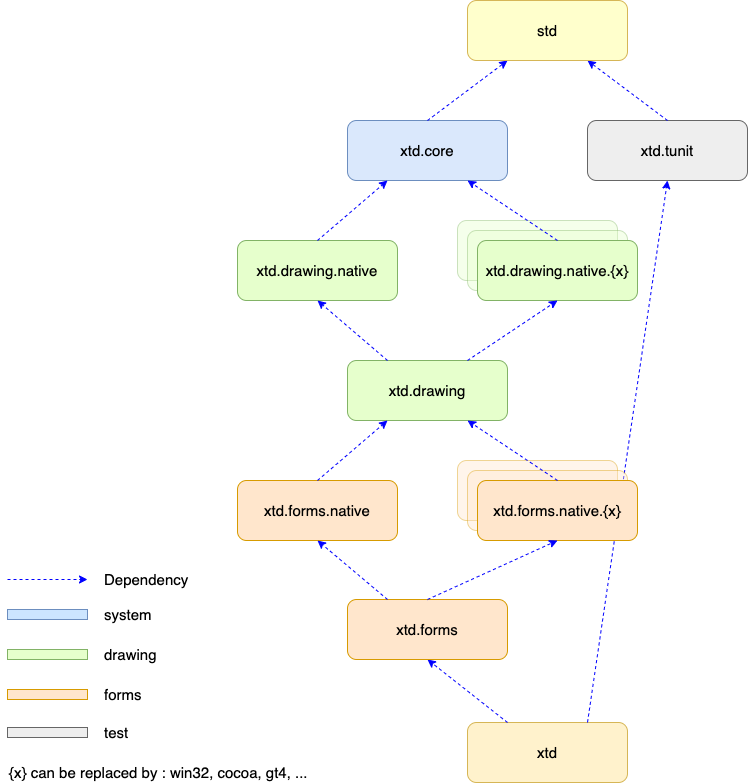
gammasoft71/xtd keeps this draw.io diagram as docs/pictures/hierarchy.png. Above is the earlier version. Source tidied: cells renumbered, new cells last; positions are measured from the earlier drawing's top-left corner, leaving out a move shared by most shapes. Its diagram source:
```xml
<mxGraphModel background="#ffffff">
  <root>
    <mxCell id="0" />
    <mxCell id="1" parent="0" />
    <mxCell id="2" value="xtd.core" style="rounded=1;whiteSpace=wrap;html=1;fillColor=#dae8fc;strokeColor=#6c8ebf;fontSize=15;" parent="1" vertex="1">
      <mxGeometry x="340" y="120" width="160" height="60" as="geometry" />
    </mxCell>
    <mxCell id="3" style="rounded=1;whiteSpace=wrap;html=1;fillColor=#FFE6CC;strokeColor=#d79b00;fontSize=15;opacity=40;" parent="1" vertex="1">
      <mxGeometry x="450" y="460" width="160" height="60" as="geometry" />
    </mxCell>
    <mxCell id="4" style="endArrow=classic;dashed=1;html=1;entryX=0.25;entryY=1;exitX=0.5;exitY=0;startArrow=none;startFill=0;endFill=1;fontSize=15;entryDx=0;entryDy=0;exitDx=0;exitDy=0;strokeColor=#0000FF;" parent="1" edge="1" source="2" target="19">
      <mxGeometry relative="1" as="geometry" />
    </mxCell>
    <mxCell id="5" style="endArrow=classic;dashed=1;html=1;endFill=1;fontSize=15;strokeColor=#0000FF;" parent="1" edge="1">
      <mxGeometry relative="1" as="geometry">
        <mxPoint y="579" as="sourcePoint" />
        <mxPoint x="80" y="579" as="targetPoint" />
      </mxGeometry>
    </mxCell>
    <mxCell id="6" value="Dependency" style="text;html=1;strokeColor=none;fillColor=none;align=left;verticalAlign=middle;whiteSpace=wrap;fontSize=15;" parent="1" vertex="1">
      <mxGeometry x="95" y="569" width="120" height="20" as="geometry" />
    </mxCell>
    <mxCell id="7" style="rounded=0;whiteSpace=wrap;html=1;fillColor=#CCE5FF;strokeColor=#6c8ebf;fontSize=15;" parent="1" vertex="1">
      <mxGeometry y="609" width="80" height="10" as="geometry" />
    </mxCell>
    <mxCell id="8" value="system" style="text;html=1;strokeColor=none;fillColor=none;align=left;verticalAlign=middle;whiteSpace=wrap;fontSize=15;" parent="1" vertex="1">
      <mxGeometry x="95" y="604" width="120" height="20" as="geometry" />
    </mxCell>
    <mxCell id="9" style="rounded=0;whiteSpace=wrap;html=1;fillColor=#E6FFCC;strokeColor=#82b366;fontSize=15;" parent="1" vertex="1">
      <mxGeometry y="649" width="80" height="10" as="geometry" />
    </mxCell>
    <mxCell id="10" value="drawing" style="text;html=1;strokeColor=none;fillColor=none;align=left;verticalAlign=middle;whiteSpace=wrap;fontSize=15;" parent="1" vertex="1">
      <mxGeometry x="95" y="644" width="120" height="20" as="geometry" />
    </mxCell>
    <mxCell id="11" style="rounded=0;whiteSpace=wrap;html=1;fillColor=#FFE6CC;strokeColor=#d79b00;fontSize=15;" parent="1" vertex="1">
      <mxGeometry y="689" width="80" height="10" as="geometry" />
    </mxCell>
    <mxCell id="12" value="forms" style="text;html=1;strokeColor=none;fillColor=none;align=left;verticalAlign=middle;whiteSpace=wrap;fontSize=15;" parent="1" vertex="1">
      <mxGeometry x="95" y="684" width="120" height="20" as="geometry" />
    </mxCell>
    <mxCell id="13" value="xtd.tunit" style="rounded=1;whiteSpace=wrap;html=1;fillColor=#EEEEEE;strokeColor=#666666;fontSize=15;" parent="1" vertex="1">
      <mxGeometry x="580" y="120" width="160" height="60" as="geometry" />
    </mxCell>
    <mxCell id="14" style="rounded=1;whiteSpace=wrap;html=1;fontSize=15;fillColor=#E6FFCC;strokeColor=#82B366;opacity=40;" parent="1" vertex="1">
      <mxGeometry x="450" y="220" width="160" height="60" as="geometry" />
    </mxCell>
    <mxCell id="15" value="&lt;span&gt;xtd&lt;/span&gt;" style="rounded=1;whiteSpace=wrap;html=1;strokeColor=#d6b656;fontSize=15;fillColor=#fff2cc;" parent="1" vertex="1">
      <mxGeometry x="460" y="722" width="160" height="60" as="geometry" />
    </mxCell>
    <mxCell id="16" style="endArrow=classic;dashed=1;html=1;exitX=0.5;exitY=0;endFill=1;fontSize=15;exitDx=0;exitDy=0;entryX=0.75;entryY=1;entryDx=0;entryDy=0;strokeColor=#0000FF;" parent="1" edge="1" source="13" target="19">
      <mxGeometry relative="1" as="geometry" />
    </mxCell>
    <mxCell id="17" style="endArrow=classic;dashed=1;html=1;entryX=0.5;entryY=1;exitX=0.25;exitY=0;endFill=1;fontSize=15;entryDx=0;entryDy=0;exitDx=0;exitDy=0;strokeColor=#0000FF;" parent="1" edge="1" source="15" target="23">
      <mxGeometry relative="1" as="geometry" />
    </mxCell>
    <mxCell id="18" style="endArrow=classic;dashed=1;html=1;entryX=0.5;entryY=1;endFill=1;fontSize=15;entryDx=0;entryDy=0;exitX=0.75;exitY=0;exitDx=0;exitDy=0;strokeColor=#0000FF;" parent="1" edge="1" source="15" target="13">
      <mxGeometry relative="1" as="geometry" />
    </mxCell>
    <mxCell id="19" value="&lt;span&gt;std&lt;/span&gt;" style="rounded=1;whiteSpace=wrap;html=1;strokeColor=#d6b656;fontSize=15;fillColor=#FFFFCC;" parent="1" vertex="1">
      <mxGeometry x="460" width="160" height="60" as="geometry" />
    </mxCell>
    <mxCell id="20" style="rounded=0;whiteSpace=wrap;html=1;fillColor=#EEEEEE;strokeColor=#666666;fontSize=15;" parent="1" vertex="1">
      <mxGeometry y="727" width="80" height="10" as="geometry" />
    </mxCell>
    <mxCell id="21" value="test" style="text;html=1;strokeColor=none;fillColor=none;align=left;verticalAlign=middle;whiteSpace=wrap;fontSize=15;" parent="1" vertex="1">
      <mxGeometry x="95" y="722" width="120" height="20" as="geometry" />
    </mxCell>
    <mxCell id="22" value="xtd.forms.native" style="rounded=1;whiteSpace=wrap;html=1;fillColor=#FFE6CC;strokeColor=#d79b00;fontSize=15;" parent="1" vertex="1">
      <mxGeometry x="230" y="480" width="160" height="60" as="geometry" />
    </mxCell>
    <mxCell id="23" value="xtd.forms" style="rounded=1;whiteSpace=wrap;html=1;fillColor=#FFE6CC;strokeColor=#d79b00;fontSize=15;" parent="1" vertex="1">
      <mxGeometry x="340" y="599" width="160" height="60" as="geometry" />
    </mxCell>
    <mxCell id="24" style="rounded=1;whiteSpace=wrap;html=1;fillColor=#FFE6CC;strokeColor=#d79b00;fontSize=15;opacity=40;" parent="1" vertex="1">
      <mxGeometry x="460" y="470" width="160" height="60" as="geometry" />
    </mxCell>
    <mxCell id="25" value="xtd.forms.native.{x}" style="rounded=1;whiteSpace=wrap;html=1;fillColor=#FFE6CC;strokeColor=#d79b00;fontSize=15;" parent="1" vertex="1">
      <mxGeometry x="470" y="480" width="160" height="60" as="geometry" />
    </mxCell>
    <mxCell id="26" style="endArrow=classic;dashed=1;html=1;entryX=0.5;entryY=1;exitX=0.5;exitY=0;endFill=1;fontSize=15;entryDx=0;entryDy=0;exitDx=0;exitDy=0;strokeColor=#0000FF;" parent="1" edge="1" source="23" target="25">
      <mxGeometry relative="1" as="geometry" />
    </mxCell>
    <mxCell id="27" style="endArrow=classic;dashed=1;html=1;entryX=0.5;entryY=1;exitX=0.25;exitY=0;endFill=1;fontSize=15;entryDx=0;entryDy=0;exitDx=0;exitDy=0;strokeColor=#0000FF;" parent="1" edge="1" source="23" target="22">
      <mxGeometry relative="1" as="geometry" />
    </mxCell>
    <mxCell id="28" value="xtd.drawing" style="rounded=1;whiteSpace=wrap;html=1;fontSize=15;fillColor=#E6FFCC;strokeColor=#82B366;" parent="1" vertex="1">
      <mxGeometry x="340" y="360" width="160" height="60" as="geometry" />
    </mxCell>
    <mxCell id="29" value="xtd.drawing.native" style="rounded=1;whiteSpace=wrap;html=1;fontSize=15;fillColor=#E6FFCC;strokeColor=#82B366;" parent="1" vertex="1">
      <mxGeometry x="230" y="240" width="160" height="60" as="geometry" />
    </mxCell>
    <mxCell id="30" style="endArrow=classic;dashed=1;html=1;entryX=0.25;entryY=1;exitX=0.5;exitY=0;endFill=1;fontSize=15;entryDx=0;entryDy=0;exitDx=0;exitDy=0;strokeColor=#0000FF;" parent="1" edge="1" source="29" target="2">
      <mxGeometry relative="1" as="geometry" />
    </mxCell>
    <mxCell id="31" style="rounded=1;whiteSpace=wrap;html=1;fontSize=15;fillColor=#E6FFCC;strokeColor=#82B366;opacity=40;" parent="1" vertex="1">
      <mxGeometry x="460" y="230" width="160" height="60" as="geometry" />
    </mxCell>
    <mxCell id="32" value="xtd.drawing.native.{x}" style="rounded=1;whiteSpace=wrap;html=1;fontSize=15;fillColor=#E6FFCC;strokeColor=#82B366;" parent="1" vertex="1">
      <mxGeometry x="470" y="240" width="160" height="60" as="geometry" />
    </mxCell>
    <mxCell id="33" style="endArrow=classic;dashed=1;html=1;entryX=0.75;entryY=1;exitX=0.5;exitY=0;endFill=1;fontSize=15;entryDx=0;entryDy=0;exitDx=0;exitDy=0;strokeColor=#0000FF;" parent="1" edge="1" source="32" target="2">
      <mxGeometry relative="1" as="geometry" />
    </mxCell>
    <mxCell id="34" style="endArrow=classic;dashed=1;html=1;exitX=0.5;exitY=0;endFill=1;fontSize=15;exitDx=0;exitDy=0;entryX=0.25;entryY=1;entryDx=0;entryDy=0;strokeColor=#0000FF;" parent="1" edge="1" source="22" target="28">
      <mxGeometry relative="1" as="geometry" />
    </mxCell>
    <mxCell id="35" style="endArrow=classic;dashed=1;html=1;exitX=0.5;exitY=0;endFill=1;fontSize=15;exitDx=0;exitDy=0;entryX=0.75;entryY=1;entryDx=0;entryDy=0;strokeColor=#0000FF;" parent="1" edge="1" source="25" target="28">
      <mxGeometry relative="1" as="geometry" />
    </mxCell>
    <mxCell id="36" style="endArrow=classic;dashed=1;html=1;endFill=1;fontSize=15;entryX=0.5;entryY=1;entryDx=0;entryDy=0;exitX=0.75;exitY=0;exitDx=0;exitDy=0;strokeColor=#0000FF;" parent="1" edge="1" source="28" target="32">
      <mxGeometry relative="1" as="geometry" />
    </mxCell>
    <mxCell id="37" value="{x} can be replaced by : win32, cocoa, gt4, ..." style="text;html=1;strokeColor=none;fillColor=none;align=left;verticalAlign=middle;whiteSpace=wrap;fontSize=15;" parent="1" vertex="1">
      <mxGeometry y="762" width="320" height="20" as="geometry" />
    </mxCell>
    <mxCell id="38" style="endArrow=classic;dashed=1;html=1;endFill=1;fontSize=15;entryX=0.5;entryY=1;entryDx=0;entryDy=0;exitX=0.25;exitY=0;exitDx=0;exitDy=0;strokeColor=#0000FF;" parent="1" edge="1" source="28" target="29">
      <mxGeometry relative="1" as="geometry" />
    </mxCell>
  </root>
</mxGraphModel>
```
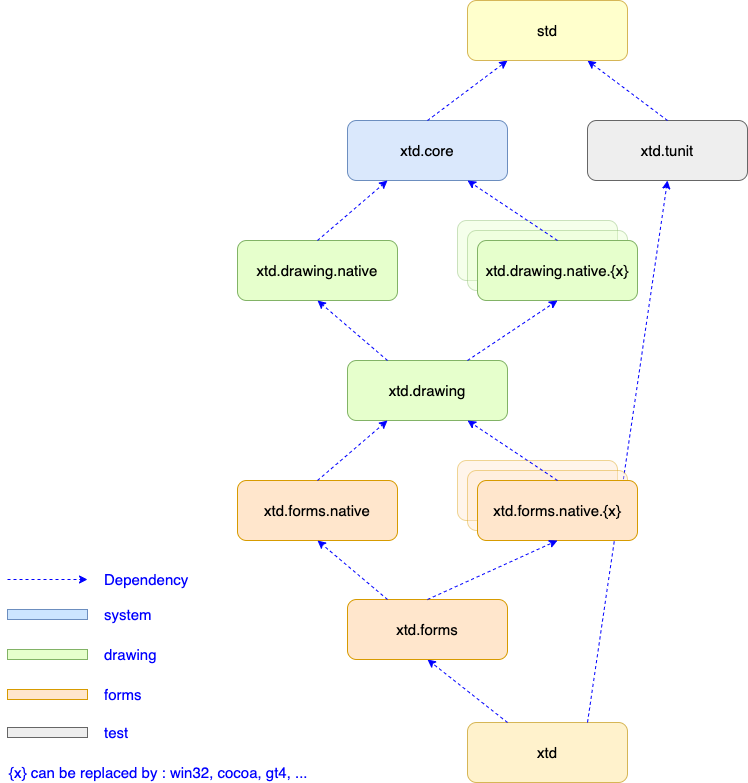
The same diagram one commit later.

Change to the diagram source:
```diff
@@ -17,25 +17,25 @@
         <mxPoint x="80" y="579" as="targetPoint" />
       </mxGeometry>
     </mxCell>
-    <mxCell id="6" value="Dependency" style="text;html=1;strokeColor=none;fillColor=none;align=left;verticalAlign=middle;whiteSpace=wrap;fontSize=15;" parent="1" vertex="1">
+    <mxCell id="6" value="Dependency" style="text;html=1;strokeColor=none;fillColor=none;align=left;verticalAlign=middle;whiteSpace=wrap;fontSize=15;fontColor=#0000FF;" parent="1" vertex="1">
       <mxGeometry x="95" y="569" width="120" height="20" as="geometry" />
     </mxCell>
     <mxCell id="7" style="rounded=0;whiteSpace=wrap;html=1;fillColor=#CCE5FF;strokeColor=#6c8ebf;fontSize=15;" parent="1" vertex="1">
       <mxGeometry y="609" width="80" height="10" as="geometry" />
     </mxCell>
-    <mxCell id="8" value="system" style="text;html=1;strokeColor=none;fillColor=none;align=left;verticalAlign=middle;whiteSpace=wrap;fontSize=15;" parent="1" vertex="1">
+    <mxCell id="8" value="system" style="text;html=1;strokeColor=none;fillColor=none;align=left;verticalAlign=middle;whiteSpace=wrap;fontSize=15;fontColor=#0000FF;" parent="1" vertex="1">
       <mxGeometry x="95" y="604" width="120" height="20" as="geometry" />
     </mxCell>
     <mxCell id="9" style="rounded=0;whiteSpace=wrap;html=1;fillColor=#E6FFCC;strokeColor=#82b366;fontSize=15;" parent="1" vertex="1">
       <mxGeometry y="649" width="80" height="10" as="geometry" />
     </mxCell>
-    <mxCell id="10" value="drawing" style="text;html=1;strokeColor=none;fillColor=none;align=left;verticalAlign=middle;whiteSpace=wrap;fontSize=15;" parent="1" vertex="1">
+    <mxCell id="10" value="drawing" style="text;html=1;strokeColor=none;fillColor=none;align=left;verticalAlign=middle;whiteSpace=wrap;fontSize=15;fontColor=#0000FF;" parent="1" vertex="1">
       <mxGeometry x="95" y="644" width="120" height="20" as="geometry" />
     </mxCell>
     <mxCell id="11" style="rounded=0;whiteSpace=wrap;html=1;fillColor=#FFE6CC;strokeColor=#d79b00;fontSize=15;" parent="1" vertex="1">
       <mxGeometry y="689" width="80" height="10" as="geometry" />
     </mxCell>
-    <mxCell id="12" value="forms" style="text;html=1;strokeColor=none;fillColor=none;align=left;verticalAlign=middle;whiteSpace=wrap;fontSize=15;" parent="1" vertex="1">
+    <mxCell id="12" value="forms" style="text;html=1;strokeColor=none;fillColor=none;align=left;verticalAlign=middle;whiteSpace=wrap;fontSize=15;fontColor=#0000FF;" parent="1" vertex="1">
       <mxGeometry x="95" y="684" width="120" height="20" as="geometry" />
     </mxCell>
     <mxCell id="13" value="xtd.tunit" style="rounded=1;whiteSpace=wrap;html=1;fillColor=#EEEEEE;strokeColor=#666666;fontSize=15;" parent="1" vertex="1">
@@ -62,7 +62,7 @@
     <mxCell id="20" style="rounded=0;whiteSpace=wrap;html=1;fillColor=#EEEEEE;strokeColor=#666666;fontSize=15;" parent="1" vertex="1">
       <mxGeometry y="727" width="80" height="10" as="geometry" />
     </mxCell>
-    <mxCell id="21" value="test" style="text;html=1;strokeColor=none;fillColor=none;align=left;verticalAlign=middle;whiteSpace=wrap;fontSize=15;" parent="1" vertex="1">
+    <mxCell id="21" value="test" style="text;html=1;strokeColor=none;fillColor=none;align=left;verticalAlign=middle;whiteSpace=wrap;fontSize=15;fontColor=#0000FF;" parent="1" vertex="1">
       <mxGeometry x="95" y="722" width="120" height="20" as="geometry" />
     </mxCell>
     <mxCell id="22" value="xtd.forms.native" style="rounded=1;whiteSpace=wrap;html=1;fillColor=#FFE6CC;strokeColor=#d79b00;fontSize=15;" parent="1" vertex="1">
@@ -110,7 +110,7 @@
     <mxCell id="36" style="endArrow=classic;dashed=1;html=1;endFill=1;fontSize=15;entryX=0.5;entryY=1;entryDx=0;entryDy=0;exitX=0.75;exitY=0;exitDx=0;exitDy=0;strokeColor=#0000FF;" parent="1" edge="1" source="28" target="32">
       <mxGeometry relative="1" as="geometry" />
     </mxCell>
-    <mxCell id="37" value="{x} can be replaced by : win32, cocoa, gt4, ..." style="text;html=1;strokeColor=none;fillColor=none;align=left;verticalAlign=middle;whiteSpace=wrap;fontSize=15;" parent="1" vertex="1">
+    <mxCell id="37" value="{x} can be replaced by : win32, cocoa, gt4, ..." style="text;html=1;strokeColor=none;fillColor=none;align=left;verticalAlign=middle;whiteSpace=wrap;fontSize=15;fontColor=#0000FF;" parent="1" vertex="1">
       <mxGeometry y="762" width="320" height="20" as="geometry" />
     </mxCell>
     <mxCell id="38" style="endArrow=classic;dashed=1;html=1;endFill=1;fontSize=15;entryX=0.5;entryY=1;entryDx=0;entryDy=0;exitX=0.25;exitY=0;exitDx=0;exitDy=0;strokeColor=#0000FF;" parent="1" edge="1" source="28" target="29">
```
